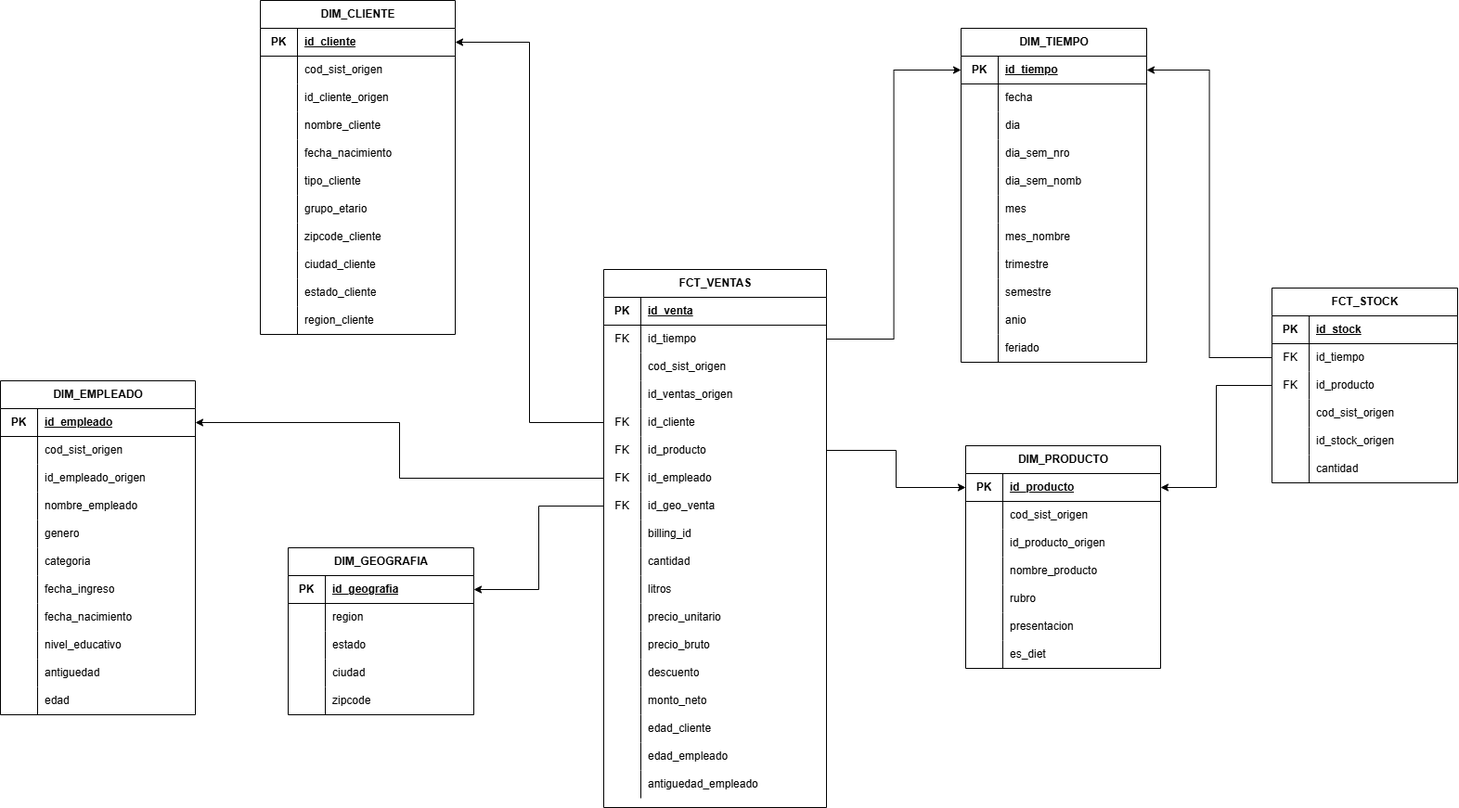
This is TP/TP_BD2_estrella.drawio.png from Ftedp/BBDD2-TUIA, a draw.io export, as it was before one commit. Source tidied: cells renumbered, new cells last; positions are measured from the earlier drawing's top-left corner, leaving out a move shared by most shapes.
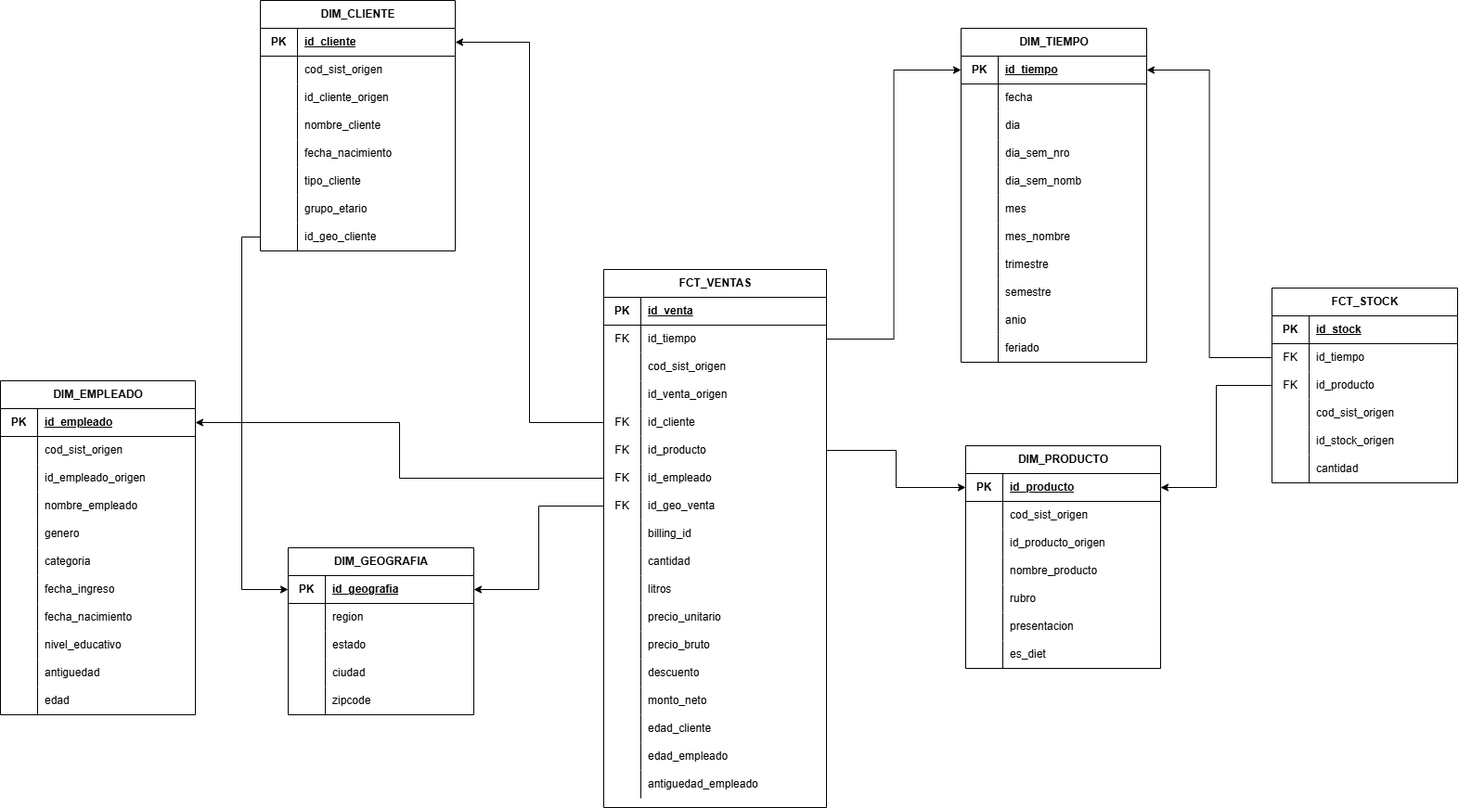
Later version of the same file.

The edit, as a diff of the source:
```diff
@@ -105,7 +105,7 @@
       <mxGeometry x="40" width="160" height="30" as="geometry" />
     </mxCell>
     <mxCell id="36" value="DIM_CLIENTE" style="shape=table;startSize=30;rowLines=0;fontStyle=1;align=center;html=1;" parent="1" vertex="1">
-      <mxGeometry x="280" width="210" height="360" as="geometry" />
+      <mxGeometry x="280" width="210" height="270" as="geometry" />
     </mxCell>
     <mxCell id="37" style="shape=tableRow;horizontal=0;startSize=0;swimlaneHead=0;swimlaneBody=0;fillColor=none;points=[[0,0.5],[1,0.5]];portConstraint=eastwest;top=0;left=0;right=0;bottom=1;" parent="36" vertex="1">
       <mxGeometry y="30" width="210" height="30" as="geometry" />
@@ -176,36 +176,9 @@
     <mxCell id="59" style="shape=partialRectangle;fillColor=none;top=0;left=0;bottom=0;right=0;overflow=hidden;whiteSpace=wrap;html=1;" parent="58" vertex="1">
       <mxGeometry width="40" height="30" as="geometry" />
     </mxCell>
-    <mxCell id="60" value="zipcode_cliente" style="shape=partialRectangle;fillColor=none;top=0;left=0;bottom=0;right=0;align=left;spacingLeft=6;overflow=hidden;whiteSpace=wrap;html=1;" parent="58" vertex="1">
+    <mxCell id="60" value="id_geo_cliente" style="shape=partialRectangle;fillColor=none;top=0;left=0;bottom=0;right=0;align=left;spacingLeft=6;overflow=hidden;whiteSpace=wrap;html=1;" parent="58" vertex="1">
       <mxGeometry x="40" width="170" height="30" as="geometry" />
     </mxCell>
-    <mxCell id="61" style="shape=tableRow;horizontal=0;startSize=0;swimlaneHead=0;swimlaneBody=0;fillColor=none;top=0;left=0;right=0;bottom=0;" parent="36" vertex="1">
-      <mxGeometry y="270" width="210" height="30" as="geometry" />
-    </mxCell>
-    <mxCell id="62" style="shape=partialRectangle;fillColor=none;top=0;left=0;bottom=0;right=0;overflow=hidden;whiteSpace=wrap;html=1;" parent="61" vertex="1">
-      <mxGeometry width="40" height="30" as="geometry" />
-    </mxCell>
-    <mxCell id="63" value="ciudad_cliente" style="shape=partialRectangle;fillColor=none;top=0;left=0;bottom=0;right=0;align=left;spacingLeft=6;overflow=hidden;whiteSpace=wrap;html=1;" parent="61" vertex="1">
-      <mxGeometry x="40" width="170" height="30" as="geometry" />
-    </mxCell>
-    <mxCell id="64" style="shape=tableRow;horizontal=0;startSize=0;swimlaneHead=0;swimlaneBody=0;fillColor=none;top=0;left=0;right=0;bottom=0;" parent="36" vertex="1">
-      <mxGeometry y="300" width="210" height="30" as="geometry" />
-    </mxCell>
-    <mxCell id="65" style="shape=partialRectangle;fillColor=none;top=0;left=0;bottom=0;right=0;overflow=hidden;whiteSpace=wrap;html=1;" parent="64" vertex="1">
-      <mxGeometry width="40" height="30" as="geometry" />
-    </mxCell>
-    <mxCell id="66" value="estado_cliente" style="shape=partialRectangle;fillColor=none;top=0;left=0;bottom=0;right=0;align=left;spacingLeft=6;overflow=hidden;whiteSpace=wrap;html=1;" parent="64" vertex="1">
-      <mxGeometry x="40" width="170" height="30" as="geometry" />
-    </mxCell>
-    <mxCell id="67" style="shape=tableRow;horizontal=0;startSize=0;swimlaneHead=0;swimlaneBody=0;fillColor=none;top=0;left=0;right=0;bottom=0;" parent="36" vertex="1">
-      <mxGeometry y="330" width="210" height="30" as="geometry" />
-    </mxCell>
-    <mxCell id="68" style="shape=partialRectangle;fillColor=none;top=0;left=0;bottom=0;right=0;overflow=hidden;whiteSpace=wrap;html=1;" parent="67" vertex="1">
-      <mxGeometry width="40" height="30" as="geometry" />
-    </mxCell>
-    <mxCell id="69" value="region_cliente" style="shape=partialRectangle;fillColor=none;top=0;left=0;bottom=0;right=0;align=left;spacingLeft=6;overflow=hidden;whiteSpace=wrap;html=1;" parent="67" vertex="1">
-      <mxGeometry x="40" width="170" height="30" as="geometry" />
-    </mxCell>
     <mxCell id="70" value="DIM_GEOGRAFIA" style="shape=table;startSize=30;rowLines=0;fontStyle=1;align=center;html=1;" parent="1" vertex="1">
       <mxGeometry x="310" y="590" width="200" height="180" as="geometry" />
     </mxCell>
@@ -458,7 +431,7 @@
     <mxCell id="153" style="shape=partialRectangle;fillColor=none;top=0;left=0;bottom=0;right=0;overflow=hidden;whiteSpace=wrap;html=1;" parent="152" vertex="1">
       <mxGeometry width="40" height="30" as="geometry" />
     </mxCell>
-    <mxCell id="154" value="id_ventas_origen" style="shape=partialRectangle;fillColor=none;top=0;left=0;bottom=0;right=0;align=left;spacingLeft=6;overflow=hidden;whiteSpace=wrap;html=1;" parent="152" vertex="1">
+    <mxCell id="154" value="id_venta_origen" style="shape=partialRectangle;fillColor=none;top=0;left=0;bottom=0;right=0;align=left;spacingLeft=6;overflow=hidden;whiteSpace=wrap;html=1;" parent="152" vertex="1">
       <mxGeometry x="40" width="200" height="30" as="geometry" />
     </mxCell>
     <mxCell id="155" style="shape=tableRow;horizontal=0;startSize=0;swimlaneHead=0;swimlaneBody=0;fillColor=none;points=[[0,0.5],[1,0.5]];portConstraint=eastwest;top=0;left=0;right=0;bottom=0;" parent="142" vertex="1">
@@ -665,5 +638,8 @@
     <mxCell id="222" style="edgeStyle=orthogonalEdgeStyle;rounded=0;jettySize=auto;html=1;exitX=0;exitY=0.5;exitDx=0;exitDy=0;" parent="1" edge="1" source="161" target="109">
       <mxGeometry relative="1" as="geometry" />
     </mxCell>
+    <mxCell id="223" style="edgeStyle=orthogonalEdgeStyle;rounded=0;jettySize=auto;html=1;exitX=0;exitY=0.5;exitDx=0;exitDy=0;entryX=0;entryY=0.5;entryDx=0;entryDy=0;" parent="1" edge="1" source="58" target="71">
+      <mxGeometry relative="1" as="geometry" />
+    </mxCell>
   </root>
 </mxGraphModel>
```
